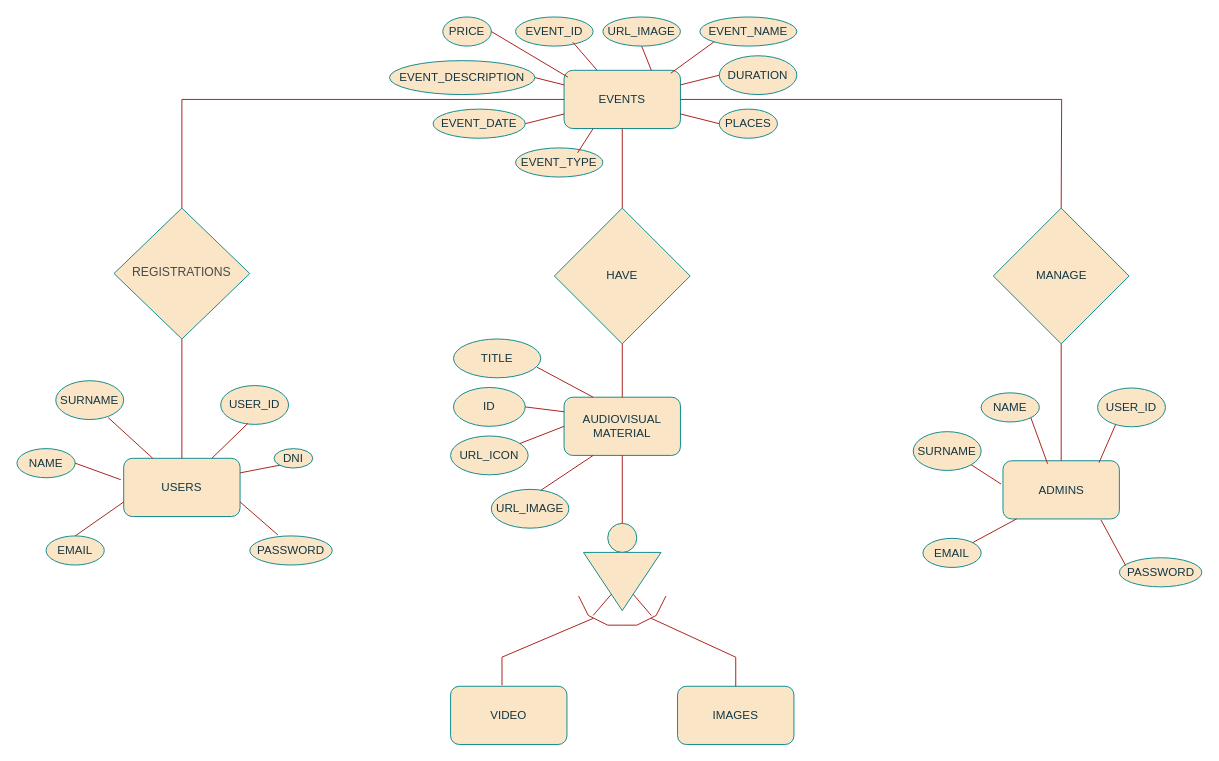
This is Diagrama sin título.drawio from Eugido/RepositorioNetbeans, a draw.io file, before an edit. Source tidied: cells renumbered, new cells numbered last; positions are measured from the earlier drawing's top-left corner, leaving out a move shared by most shapes. Both pictures are drawn from the tidied source at 97%, with x=0, y=0 at pixel (16, 16).
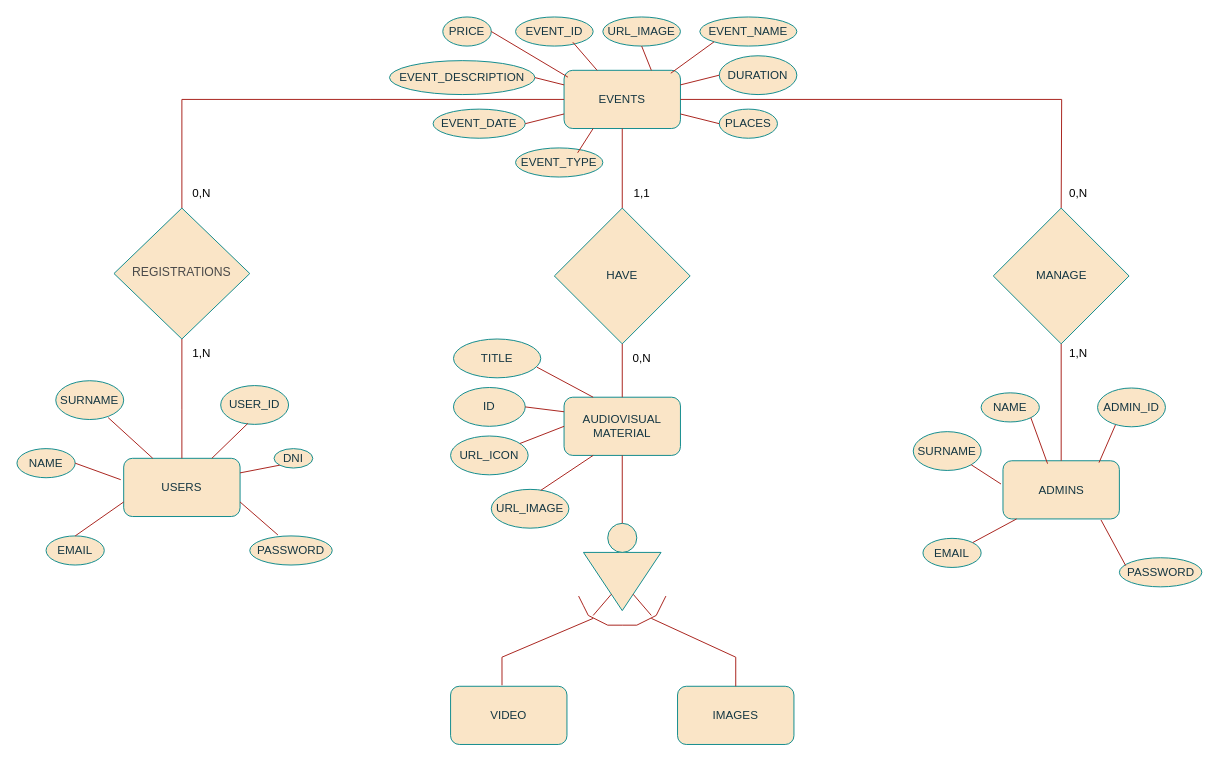
The same page after the edit.

What changed in the source:
```diff
@@
-    <mxCell id="62" value="USER_ID" style="ellipse;whiteSpace=wrap;html=1;strokeColor=#0F8B8D;fontColor=#143642;fillColor=#FAE5C7;" parent="1" vertex="1">
+    <mxCell id="62" value="ADMIN_ID" style="ellipse;whiteSpace=wrap;html=1;strokeColor=#0F8B8D;fontColor=#143642;fillColor=#FAE5C7;" parent="1" vertex="1">
       <mxGeometry x="1114" y="382.5" width="70" height="40" as="geometry" />
     </mxCell>
@@
+    <mxCell id="73" value="0,N" style="text;html=1;align=center;verticalAlign=middle;strokeColor=none;fillColor=none;" parent="1" vertex="1">
+      <mxGeometry x="170" y="167" width="40" height="30" as="geometry" />
+    </mxCell>
+    <mxCell id="74" value="1,N" style="text;html=1;align=center;verticalAlign=middle;strokeColor=none;fillColor=none;" parent="1" vertex="1">
+      <mxGeometry x="170" y="332" width="40" height="30" as="geometry" />
+    </mxCell>
+    <mxCell id="75" value="0,N" style="text;html=1;align=center;verticalAlign=middle;strokeColor=none;fillColor=none;" parent="1" vertex="1">
+      <mxGeometry x="624" y="337" width="40" height="30" as="geometry" />
+    </mxCell>
+    <mxCell id="76" value="1,1" style="text;html=1;align=center;verticalAlign=middle;strokeColor=none;fillColor=none;" parent="1" vertex="1">
+      <mxGeometry x="624" y="167" width="40" height="30" as="geometry" />
+    </mxCell>
+    <mxCell id="77" value="0,N" style="text;html=1;align=center;verticalAlign=middle;strokeColor=none;fillColor=none;" parent="1" vertex="1">
+      <mxGeometry x="1074" y="167" width="40" height="30" as="geometry" />
+    </mxCell>
+    <mxCell id="78" value="1,N" style="text;html=1;align=center;verticalAlign=middle;strokeColor=none;fillColor=none;" parent="1" vertex="1">
+      <mxGeometry x="1074" y="332" width="40" height="30" as="geometry" />
+    </mxCell>
```
